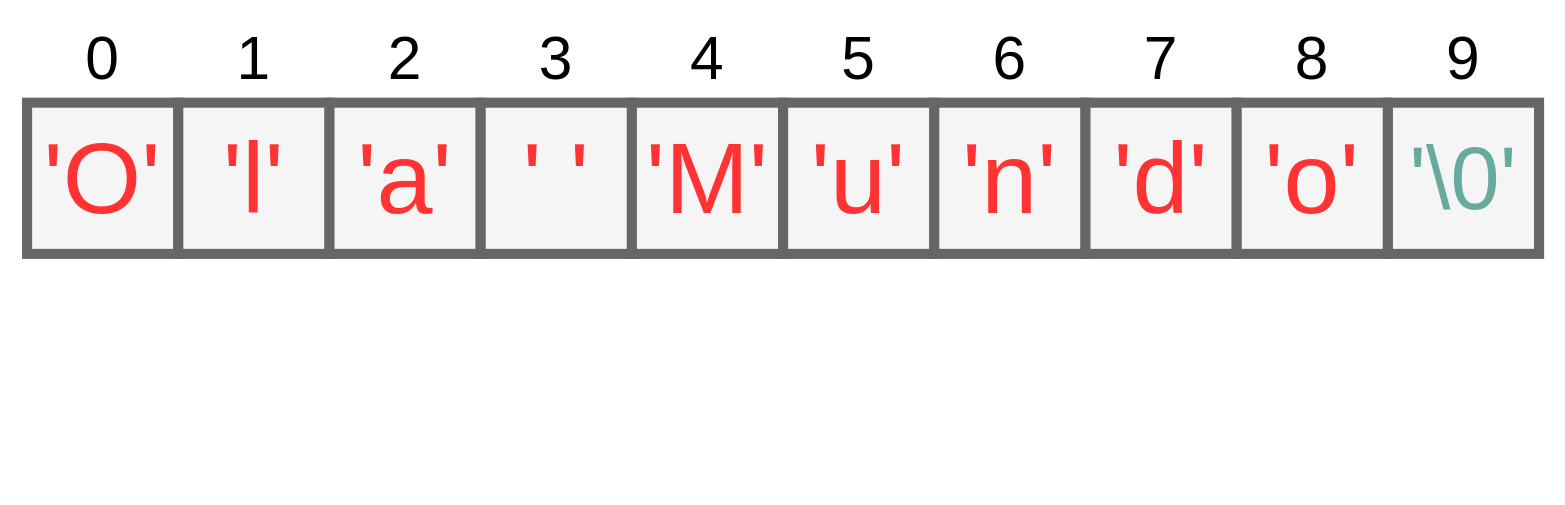
viniciusrpb/drawio_flowcharts keeps this draw.io diagram as strings.drawio. Above is the earlier version. Source tidied: cells renumbered, new cells numbered last; positions are measured from the earlier drawing's top-left corner, leaving out a move shared by most shapes. Both pictures are drawn from the tidied source at 126%, with x=0, y=0 at pixel (26, 39).
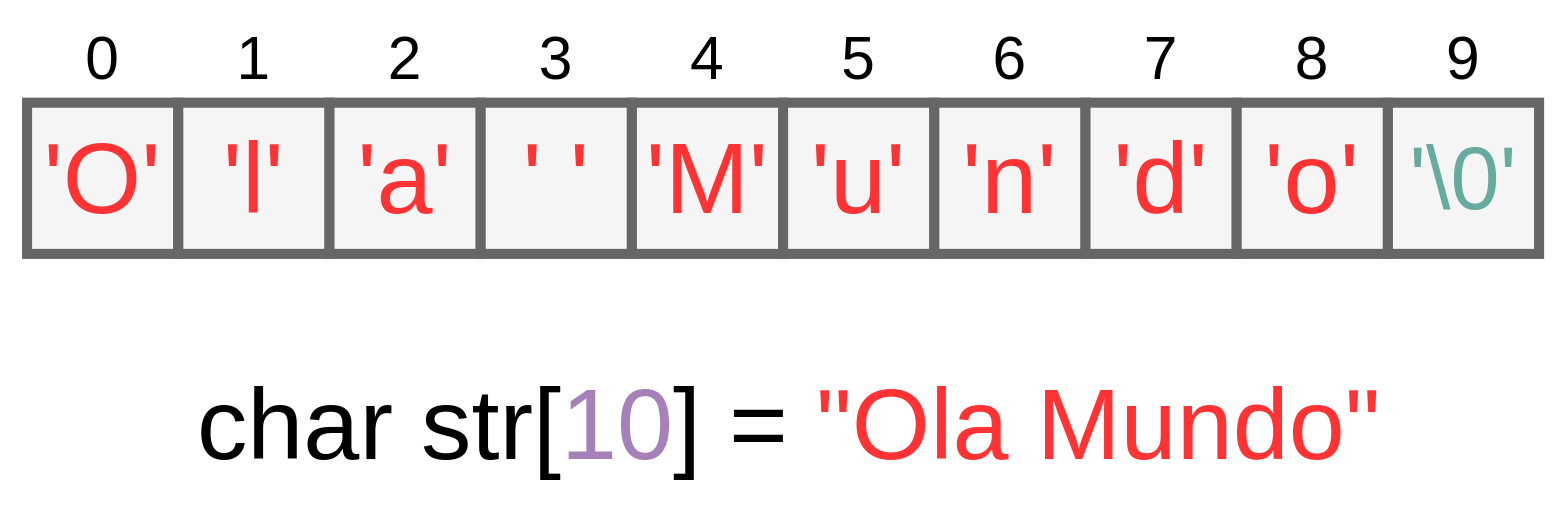
After the change.

What changed in the source:
```diff
@@
+    <mxCell id="22" value="char str[&lt;font style=&quot;color: rgb(166, 128, 184);&quot;&gt;10&lt;/font&gt;] = &lt;font style=&quot;color: rgb(255, 51, 51);&quot;&gt;&quot;Ola Mundo&quot;&lt;/font&gt;" style="text;html=1;align=center;verticalAlign=middle;whiteSpace=wrap;rounded=0;fontSize=80;" parent="1" vertex="1">
+      <mxGeometry x="80" y="290" width="1050" height="30" as="geometry" />
+    </mxCell>
```
